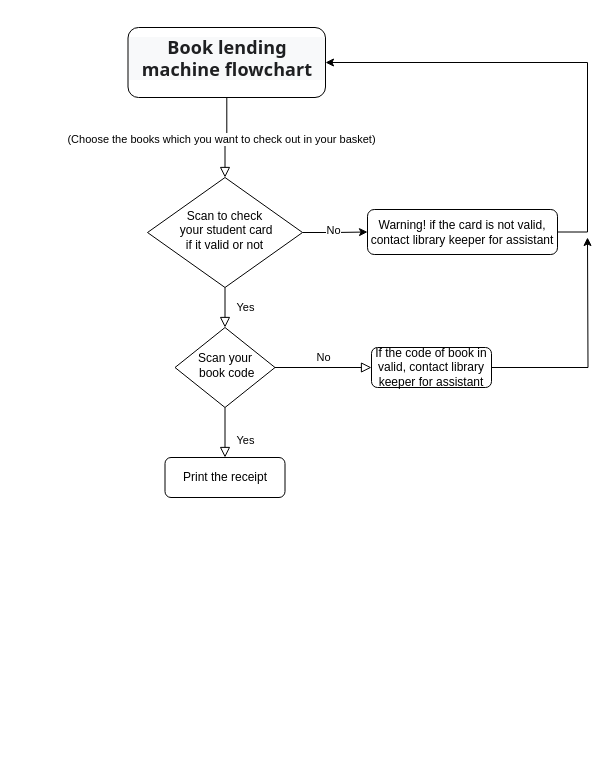
andylovecloud/Java keeps this draw.io diagram as Java-Group-Work.drawio. Above is the earlier version. Source tidied: cells renumbered, new cells numbered last; positions are measured from the earlier drawing's top-left corner, leaving out a move shared by most shapes. Both pictures are drawn from the tidied source at 100%, with x=0, y=0 at pixel (127, 27).
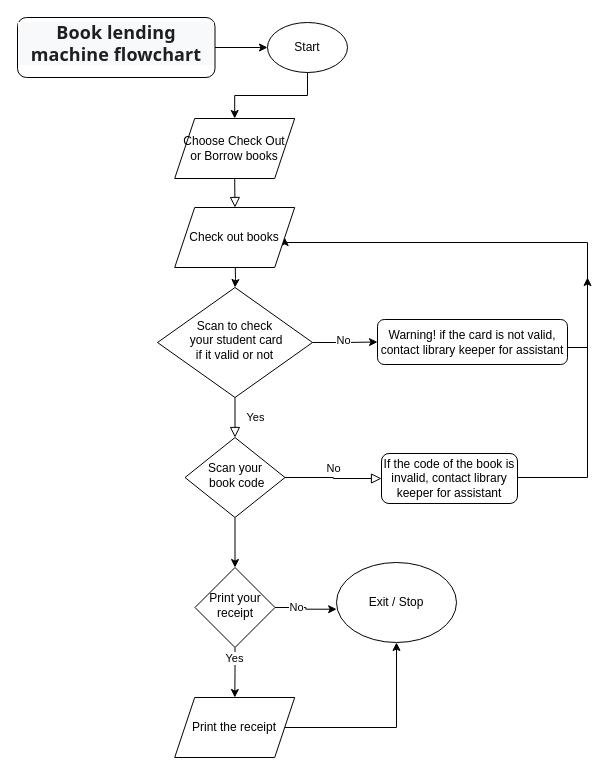
Above is the later version.

The edit, as a diff of the source:
```diff
@@
-    <mxCell id="2" style="rounded=0;html=1;jettySize=auto;fontSize=11;endArrow=block;endFill=0;endSize=8;strokeWidth=1;shadow=0;labelBackgroundColor=none;edgeStyle=orthogonalEdgeStyle;" parent="1" edge="1" source="4" target="8">
-      <mxGeometry relative="1" as="geometry" />
+    <mxCell id="2" style="rounded=0;html=1;jettySize=auto;fontSize=11;endArrow=block;endFill=0;endSize=8;strokeWidth=1;shadow=0;labelBackgroundColor=none;edgeStyle=orthogonalEdgeStyle;exitX=0.5;exitY=1;exitDx=0;exitDy=0;entryX=0.5;entryY=0;entryDx=0;entryDy=0;" parent="1" edge="1" source="19">
+      <mxGeometry relative="1" as="geometry">
+        <mxPoint x="107.5" y="180" as="targetPoint" />
+      </mxGeometry>
     </mxCell>
-    <mxCell id="3" value="(Choose the books which you want to check out in your basket)" style="edgeLabel;html=1;align=center;verticalAlign=middle;" parent="2" vertex="1">
-      <mxGeometry x="0.04" y="-4" relative="1" as="geometry" />
-    </mxCell>
+    <mxCell id="17" style="edgeStyle=orthogonalEdgeStyle;rounded=0;jettySize=auto;html=1;entryX=0;entryY=0.5;entryDx=0;entryDy=0;" parent="1" edge="1" source="4" target="28">
+      <mxGeometry relative="1" as="geometry" />
+    </mxCell>
     <mxCell id="4" value="&lt;h4 style=&quot;box-sizing: border-box; margin-top: 0px; margin-bottom: 0.5rem; line-height: 1.2; font-size: 18px; font-family: &amp;quot;Noto Sans&amp;quot;, -apple-system, BlinkMacSystemFont, &amp;quot;Segoe UI&amp;quot;, &amp;quot;Helvetica Neue&amp;quot;, Arial, sans-serif, &amp;quot;Apple Color Emoji&amp;quot;, &amp;quot;Segoe UI Emoji&amp;quot;, &amp;quot;Segoe UI Symbol&amp;quot;; color: rgb(30, 31, 33); letter-spacing: 0.1px; background-color: rgb(248, 249, 250);&quot; id=&quot;yui_3_17_2_1_1693217284530_504&quot;&gt;Book lending machine flowchart&lt;/h4&gt;" style="rounded=1;whiteSpace=wrap;html=1;fontSize=12;glass=0;strokeWidth=1;shadow=0;align=center;" parent="1" vertex="1">
-      <mxGeometry x="0.5" width="197.5" height="70" as="geometry" />
+      <mxGeometry x="-110" y="-10" width="197.5" height="60" as="geometry" />
     </mxCell>
@@
     <mxCell id="8" value="Scan to check&lt;br&gt;&amp;nbsp;your student card &lt;br&gt;if it valid or not" style="rhombus;whiteSpace=wrap;html=1;shadow=0;fontFamily=Helvetica;fontSize=12;align=center;strokeWidth=1;spacing=6;spacingTop=-4;" parent="1" vertex="1">
-      <mxGeometry x="20" y="150" width="155" height="110" as="geometry" />
+      <mxGeometry x="30" y="260" width="155" height="110" as="geometry" />
     </mxCell>
-    <mxCell id="9" value="Yes" style="rounded=0;html=1;jettySize=auto;fontSize=11;endArrow=block;endFill=0;endSize=8;strokeWidth=1;shadow=0;labelBackgroundColor=none;edgeStyle=orthogonalEdgeStyle;" parent="1" edge="1" source="11" target="12">
-      <mxGeometry x="0.33" y="20" relative="1" as="geometry" />
-    </mxCell>
@@
+    <mxCell id="18" style="edgeStyle=orthogonalEdgeStyle;rounded=0;jettySize=auto;html=1;" parent="1" edge="1" source="11" target="24">
+      <mxGeometry relative="1" as="geometry" />
+    </mxCell>
     <mxCell id="11" value="Scan your&lt;br&gt;&amp;nbsp;book code" style="rhombus;whiteSpace=wrap;html=1;shadow=0;fontFamily=Helvetica;fontSize=12;align=center;strokeWidth=1;spacing=6;spacingTop=-4;" parent="1" vertex="1">
-      <mxGeometry x="47.5" y="300" width="100" height="80" as="geometry" />
+      <mxGeometry x="57.5" y="410" width="100" height="80" as="geometry" />
     </mxCell>
-    <mxCell id="12" value="Print the receipt" style="rounded=1;whiteSpace=wrap;html=1;fontSize=12;glass=0;strokeWidth=1;shadow=0;" parent="1" vertex="1">
-      <mxGeometry x="37.5" y="430" width="120" height="40" as="geometry" />
-    </mxCell>
     <mxCell id="13" style="edgeStyle=orthogonalEdgeStyle;rounded=0;jettySize=auto;html=1;" parent="1" edge="1" source="14">
       <mxGeometry relative="1" as="geometry">
-        <mxPoint x="460" y="210" as="targetPoint" />
+        <mxPoint x="460" y="250" as="targetPoint" />
+        <Array as="points">
+          <mxPoint x="460" y="450" />
+        </Array>
       </mxGeometry>
     </mxCell>
-    <mxCell id="14" value="If the code of book in valid, contact library keeper for assistant" style="rounded=1;whiteSpace=wrap;html=1;fontSize=12;glass=0;strokeWidth=1;shadow=0;" parent="1" vertex="1">
-      <mxGeometry x="244" y="320" width="120" height="40" as="geometry" />
+    <mxCell id="14" value="If the code of the book is invalid, contact library keeper for assistant" style="rounded=1;whiteSpace=wrap;html=1;fontSize=12;glass=0;strokeWidth=1;shadow=0;" parent="1" vertex="1">
+      <mxGeometry x="254" y="426" width="136" height="50" as="geometry" />
     </mxCell>
-    <mxCell id="15" style="edgeStyle=orthogonalEdgeStyle;rounded=0;jettySize=auto;html=1;entryX=1;entryY=0.5;entryDx=0;entryDy=0;" parent="1" edge="1" source="16" target="4">
+    <mxCell id="15" style="edgeStyle=orthogonalEdgeStyle;rounded=0;jettySize=auto;html=1;entryX=1;entryY=0.5;entryDx=0;entryDy=0;" parent="1" edge="1" source="16" target="29">
       <mxGeometry relative="1" as="geometry">
         <Array as="points">
-          <mxPoint x="460" y="205" />
-          <mxPoint x="460" y="35" />
+          <mxPoint x="460" y="320" />
+          <mxPoint x="460" y="215" />
+          <mxPoint x="157" y="215" />
         </Array>
       </mxGeometry>
     </mxCell>
     <mxCell id="16" value="Warning! if the card is not valid, contact library keeper for assistant" style="rounded=1;whiteSpace=wrap;html=1;fontSize=12;glass=0;strokeWidth=1;shadow=0;" parent="1" vertex="1">
-      <mxGeometry x="240" y="182" width="190" height="45" as="geometry" />
+      <mxGeometry x="250" y="292" width="190" height="45" as="geometry" />
     </mxCell>
+    <mxCell id="19" value="Choose Check Out &lt;br&gt;or Borrow books" style="shape=parallelogram;perimeter=parallelogramPerimeter;whiteSpace=wrap;html=1;fixedSize=1;" parent="1" vertex="1">
+      <mxGeometry x="47.2" y="91" width="120" height="60" as="geometry" />
+    </mxCell>
+    <mxCell id="20" style="edgeStyle=orthogonalEdgeStyle;rounded=0;jettySize=auto;html=1;" parent="1" edge="1" target="8">
+      <mxGeometry relative="1" as="geometry">
+        <mxPoint x="107.5" y="230" as="sourcePoint" />
+      </mxGeometry>
+    </mxCell>
+    <mxCell id="21" style="edgeStyle=orthogonalEdgeStyle;rounded=0;jettySize=auto;html=1;entryX=0.001;entryY=0.584;entryDx=0;entryDy=0;entryPerimeter=0;" parent="1" edge="1" source="24" target="26">
+      <mxGeometry relative="1" as="geometry" />
+    </mxCell>
+    <mxCell id="22" value="No" style="edgeLabel;html=1;align=center;verticalAlign=middle;" parent="21" vertex="1">
+      <mxGeometry x="-0.33" y="1" relative="1" as="geometry" />
+    </mxCell>
+    <mxCell id="23" style="edgeStyle=orthogonalEdgeStyle;rounded=0;jettySize=auto;html=1;" parent="1" edge="1" source="24">
+      <mxGeometry relative="1" as="geometry">
+        <mxPoint x="107.3" y="670" as="targetPoint" />
+      </mxGeometry>
+    </mxCell>
+    <mxCell id="9" value="Yes" style="edgeLabel;html=1;align=center;verticalAlign=middle;" parent="23" vertex="1">
+      <mxGeometry x="-0.62" y="-1" relative="1" as="geometry" />
+    </mxCell>
+    <mxCell id="24" value="Print your receipt" style="rhombus;whiteSpace=wrap;html=1;shadow=0;strokeWidth=1;spacing=6;spacingTop=-4;" parent="1" vertex="1">
+      <mxGeometry x="67.5" y="540" width="80" height="80" as="geometry" />
+    </mxCell>
+    <mxCell id="25" style="edgeStyle=orthogonalEdgeStyle;rounded=0;jettySize=auto;html=1;entryX=0.5;entryY=1;entryDx=0;entryDy=0;exitX=1;exitY=0.5;exitDx=0;exitDy=0;" parent="1" edge="1" source="12" target="26">
+      <mxGeometry relative="1" as="geometry" />
+    </mxCell>
+    <mxCell id="26" value="Exit / Stop" style="ellipse;whiteSpace=wrap;html=1;" parent="1" vertex="1">
+      <mxGeometry x="209" y="535" width="120" height="80" as="geometry" />
+    </mxCell>
+    <mxCell id="27" style="edgeStyle=orthogonalEdgeStyle;rounded=0;jettySize=auto;html=1;" parent="1" edge="1" source="28" target="19">
+      <mxGeometry relative="1" as="geometry" />
+    </mxCell>
+    <mxCell id="28" value="Start" style="ellipse;whiteSpace=wrap;html=1;" parent="1" vertex="1">
+      <mxGeometry x="140" y="-5" width="80" height="50" as="geometry" />
+    </mxCell>
+    <mxCell id="12" value="Print the receipt" style="shape=parallelogram;perimeter=parallelogramPerimeter;whiteSpace=wrap;html=1;fixedSize=1;" parent="1" vertex="1">
+      <mxGeometry x="47.2" y="670" width="120" height="60" as="geometry" />
+    </mxCell>
+    <mxCell id="29" value="Check out books" style="shape=parallelogram;perimeter=parallelogramPerimeter;whiteSpace=wrap;html=1;fixedSize=1;" parent="1" vertex="1">
+      <mxGeometry x="47.2" y="180" width="120" height="60" as="geometry" />
+    </mxCell>
```
